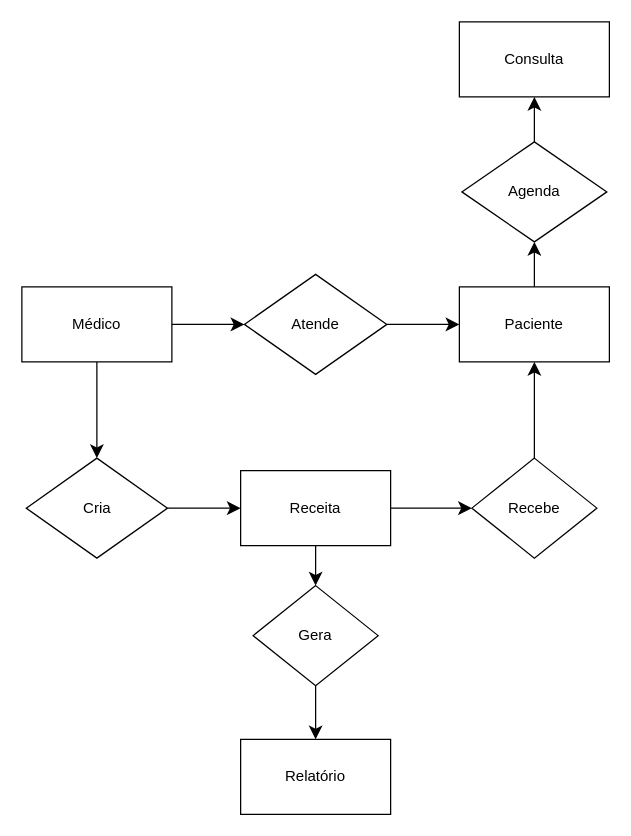
The draw.io diagram Untitled Diagram.drawio in DiogoJP202/O-Hospital-Fundamental-MySQL, before the edit. Source tidied: cells renumbered, new cells numbered last; positions are measured from the earlier drawing's top-left corner, leaving out a move shared by most shapes. Both pictures are drawn from the tidied source at 125%, with x=0, y=0 at pixel (21, 21).
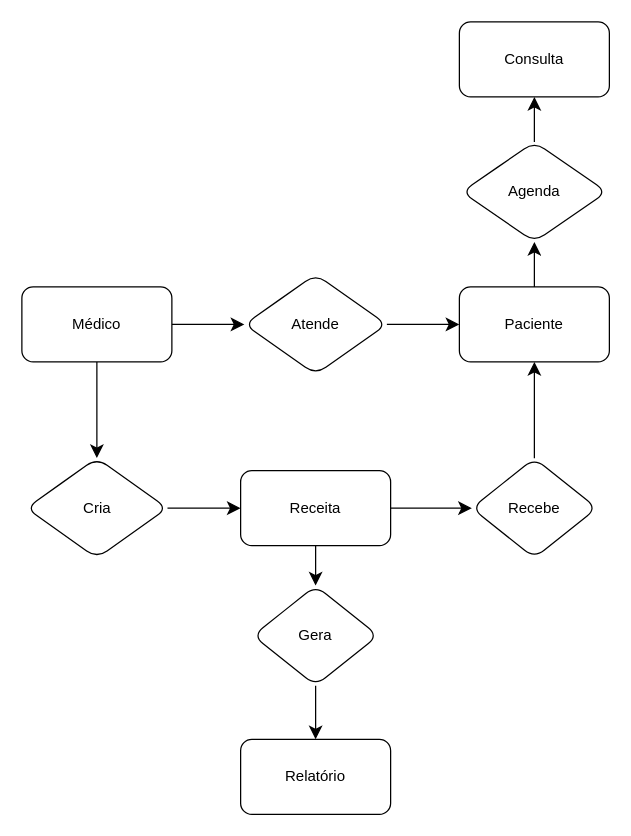
The same page after the edit.

Commit message:
Diagramação Conceitual

Diff of the diagram source:
```diff
@@
-    <mxCell id="2" style="edgeStyle=none;curved=1;rounded=0;jettySize=auto;html=1;fontSize=12;startSize=8;endSize=8;" parent="1" edge="1" source="4" target="15">
+    <mxCell id="2" style="edgeStyle=none;curved=1;rounded=1;jettySize=auto;html=1;fontSize=12;startSize=8;endSize=8;labelBackgroundColor=none;fontColor=default;" parent="1" edge="1" source="4" target="15">
       <mxGeometry relative="1" as="geometry" />
     </mxCell>
-    <mxCell id="3" style="edgeStyle=none;curved=1;rounded=0;jettySize=auto;html=1;fontSize=12;startSize=8;endSize=8;" parent="1" edge="1" source="4" target="17">
+    <mxCell id="3" style="edgeStyle=none;curved=1;rounded=1;jettySize=auto;html=1;fontSize=12;startSize=8;endSize=8;labelBackgroundColor=none;fontColor=default;" parent="1" edge="1" source="4" target="17">
       <mxGeometry relative="1" as="geometry" />
     </mxCell>
-    <mxCell id="4" value="Médico" style="rounded=0;whiteSpace=wrap;html=1;" parent="1" vertex="1">
+    <mxCell id="4" value="Médico" style="rounded=1;whiteSpace=wrap;html=1;labelBackgroundColor=none;" parent="1" vertex="1">
       <mxGeometry y="212" width="120" height="60" as="geometry" />
     </mxCell>
-    <mxCell id="5" style="edgeStyle=none;curved=1;rounded=0;jettySize=auto;html=1;exitX=0.5;exitY=0;exitDx=0;exitDy=0;fontSize=12;startSize=8;endSize=8;" parent="1" edge="1" source="6" target="13">
+    <mxCell id="5" style="edgeStyle=none;curved=1;rounded=1;jettySize=auto;html=1;exitX=0.5;exitY=0;exitDx=0;exitDy=0;fontSize=12;startSize=8;endSize=8;labelBackgroundColor=none;fontColor=default;" parent="1" edge="1" source="6" target="13">
       <mxGeometry relative="1" as="geometry" />
     </mxCell>
-    <mxCell id="6" value="Paciente" style="whiteSpace=wrap;html=1;rounded=0;" parent="1" vertex="1">
+    <mxCell id="6" value="Paciente" style="whiteSpace=wrap;html=1;rounded=1;labelBackgroundColor=none;" parent="1" vertex="1">
       <mxGeometry x="350" y="212" width="120" height="60" as="geometry" />
     </mxCell>
-    <mxCell id="7" value="Consulta" style="rounded=0;whiteSpace=wrap;html=1;" parent="1" vertex="1">
+    <mxCell id="7" value="Consulta" style="rounded=1;whiteSpace=wrap;html=1;labelBackgroundColor=none;" parent="1" vertex="1">
       <mxGeometry x="350" width="120" height="60" as="geometry" />
     </mxCell>
-    <mxCell id="8" style="edgeStyle=none;curved=1;rounded=0;jettySize=auto;html=1;exitX=1;exitY=0.5;exitDx=0;exitDy=0;entryX=0;entryY=0.5;entryDx=0;entryDy=0;fontSize=12;startSize=8;endSize=8;" parent="1" edge="1" source="10" target="19">
+    <mxCell id="8" style="edgeStyle=none;curved=1;rounded=1;jettySize=auto;html=1;exitX=1;exitY=0.5;exitDx=0;exitDy=0;entryX=0;entryY=0.5;entryDx=0;entryDy=0;fontSize=12;startSize=8;endSize=8;labelBackgroundColor=none;fontColor=default;" parent="1" edge="1" source="10" target="19">
       <mxGeometry relative="1" as="geometry" />
     </mxCell>
-    <mxCell id="9" style="edgeStyle=none;curved=1;rounded=0;jettySize=auto;html=1;entryX=0.5;entryY=0;entryDx=0;entryDy=0;fontSize=12;startSize=8;endSize=8;" parent="1" edge="1" source="10" target="21">
+    <mxCell id="9" style="edgeStyle=none;curved=1;rounded=1;jettySize=auto;html=1;entryX=0.5;entryY=0;entryDx=0;entryDy=0;fontSize=12;startSize=8;endSize=8;labelBackgroundColor=none;fontColor=default;" parent="1" edge="1" source="10" target="21">
       <mxGeometry relative="1" as="geometry" />
     </mxCell>
-    <mxCell id="10" value="Receita" style="rounded=0;whiteSpace=wrap;html=1;" parent="1" vertex="1">
+    <mxCell id="10" value="Receita" style="rounded=1;whiteSpace=wrap;html=1;labelBackgroundColor=none;" parent="1" vertex="1">
       <mxGeometry x="175" y="359" width="120" height="60" as="geometry" />
     </mxCell>
-    <mxCell id="11" value="Relatório" style="rounded=0;whiteSpace=wrap;html=1;" parent="1" vertex="1">
+    <mxCell id="11" value="Relatório" style="rounded=1;whiteSpace=wrap;html=1;labelBackgroundColor=none;" parent="1" vertex="1">
       <mxGeometry x="175" y="574" width="120" height="60" as="geometry" />
     </mxCell>
-    <mxCell id="12" style="edgeStyle=none;curved=1;rounded=0;jettySize=auto;html=1;exitX=0.5;exitY=0;exitDx=0;exitDy=0;entryX=0.5;entryY=1;entryDx=0;entryDy=0;fontSize=12;startSize=8;endSize=8;" parent="1" edge="1" source="13" target="7">
+    <mxCell id="12" style="edgeStyle=none;curved=1;rounded=1;jettySize=auto;html=1;exitX=0.5;exitY=0;exitDx=0;exitDy=0;entryX=0.5;entryY=1;entryDx=0;entryDy=0;fontSize=12;startSize=8;endSize=8;labelBackgroundColor=none;fontColor=default;" parent="1" edge="1" source="13" target="7">
       <mxGeometry relative="1" as="geometry" />
     </mxCell>
-    <mxCell id="13" value="Agenda" style="rhombus;whiteSpace=wrap;html=1;" parent="1" vertex="1">
+    <mxCell id="13" value="Agenda" style="rhombus;whiteSpace=wrap;html=1;labelBackgroundColor=none;rounded=1;" parent="1" vertex="1">
       <mxGeometry x="352" y="96" width="116" height="80" as="geometry" />
     </mxCell>
-    <mxCell id="14" style="edgeStyle=none;curved=1;rounded=0;jettySize=auto;html=1;entryX=0;entryY=0.5;entryDx=0;entryDy=0;fontSize=12;startSize=8;endSize=8;" parent="1" edge="1" source="15" target="6">
+    <mxCell id="14" style="edgeStyle=none;curved=1;rounded=1;jettySize=auto;html=1;entryX=0;entryY=0.5;entryDx=0;entryDy=0;fontSize=12;startSize=8;endSize=8;labelBackgroundColor=none;fontColor=default;" parent="1" edge="1" source="15" target="6">
       <mxGeometry relative="1" as="geometry" />
     </mxCell>
-    <mxCell id="15" value="Atende" style="rhombus;whiteSpace=wrap;html=1;rounded=0;" parent="1" vertex="1">
+    <mxCell id="15" value="Atende" style="rhombus;whiteSpace=wrap;html=1;rounded=1;labelBackgroundColor=none;" parent="1" vertex="1">
       <mxGeometry x="178" y="202" width="114" height="80" as="geometry" />
     </mxCell>
-    <mxCell id="16" style="edgeStyle=none;curved=1;rounded=0;jettySize=auto;html=1;entryX=0;entryY=0.5;entryDx=0;entryDy=0;fontSize=12;startSize=8;endSize=8;" parent="1" edge="1" source="17" target="10">
+    <mxCell id="16" style="edgeStyle=none;curved=1;rounded=1;jettySize=auto;html=1;entryX=0;entryY=0.5;entryDx=0;entryDy=0;fontSize=12;startSize=8;endSize=8;labelBackgroundColor=none;fontColor=default;" parent="1" edge="1" source="17" target="10">
       <mxGeometry relative="1" as="geometry" />
     </mxCell>
-    <mxCell id="17" value="Cria" style="rhombus;whiteSpace=wrap;html=1;rounded=0;" parent="1" vertex="1">
+    <mxCell id="17" value="Cria" style="rhombus;whiteSpace=wrap;html=1;rounded=1;labelBackgroundColor=none;" parent="1" vertex="1">
       <mxGeometry x="3.5" y="349" width="113" height="80" as="geometry" />
     </mxCell>
-    <mxCell id="18" style="edgeStyle=none;curved=1;rounded=0;jettySize=auto;html=1;exitX=0.5;exitY=0;exitDx=0;exitDy=0;entryX=0.5;entryY=1;entryDx=0;entryDy=0;fontSize=12;startSize=8;endSize=8;" parent="1" edge="1" source="19" target="6">
+    <mxCell id="18" style="edgeStyle=none;curved=1;rounded=1;jettySize=auto;html=1;exitX=0.5;exitY=0;exitDx=0;exitDy=0;entryX=0.5;entryY=1;entryDx=0;entryDy=0;fontSize=12;startSize=8;endSize=8;labelBackgroundColor=none;fontColor=default;" parent="1" edge="1" source="19" target="6">
       <mxGeometry relative="1" as="geometry" />
     </mxCell>
-    <mxCell id="19" value="Recebe" style="rhombus;whiteSpace=wrap;html=1;" parent="1" vertex="1">
+    <mxCell id="19" value="Recebe" style="rhombus;whiteSpace=wrap;html=1;labelBackgroundColor=none;rounded=1;" parent="1" vertex="1">
       <mxGeometry x="360" y="349" width="100" height="80" as="geometry" />
     </mxCell>
-    <mxCell id="20" style="edgeStyle=none;curved=1;rounded=0;jettySize=auto;html=1;fontSize=12;startSize=8;endSize=8;" parent="1" edge="1" source="21" target="11">
+    <mxCell id="20" style="edgeStyle=none;curved=1;rounded=1;jettySize=auto;html=1;fontSize=12;startSize=8;endSize=8;labelBackgroundColor=none;fontColor=default;" parent="1" edge="1" source="21" target="11">
       <mxGeometry relative="1" as="geometry" />
     </mxCell>
-    <mxCell id="21" value="Gera" style="rhombus;whiteSpace=wrap;html=1;" parent="1" vertex="1">
+    <mxCell id="21" value="Gera" style="rhombus;whiteSpace=wrap;html=1;labelBackgroundColor=none;rounded=1;" parent="1" vertex="1">
       <mxGeometry x="185" y="451" width="100" height="80" as="geometry" />
     </mxCell>
```
